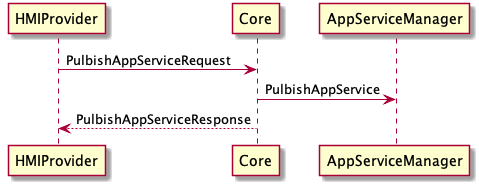
This is docs/AppService/PublishAppService/assets/PublishAppService.png from smartdevicelink/sdl_hmi_integration_guidelines, a PlantUML export, as it was before one commit. Source of this version:
```plantuml
@startuml PublishAppService
participant HMIProvider
participant Core
participant AppServiceManager

HMIProvider -> Core: PulbishAppServiceRequest
Core -> AppServiceManager: PulbishAppService
Core --> HMIProvider: PulbishAppServiceResponse

@enduml
```
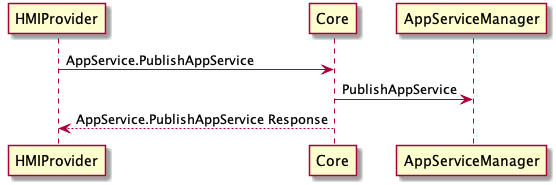
After the change.

Commit message:
AppService.GetAppServiceData

What changed in the source:
```diff
@@ -3,8 +3,8 @@
 participant Core
 participant AppServiceManager
 
-HMIProvider -> Core: PulbishAppServiceRequest
-Core -> AppServiceManager: PulbishAppService
-Core --> HMIProvider: PulbishAppServiceResponse
+HMIProvider -> Core: AppService.PublishAppService
+Core -> AppServiceManager: PublishAppService
+Core --> HMIProvider: AppService.PublishAppService Response
 
 @enduml
```
